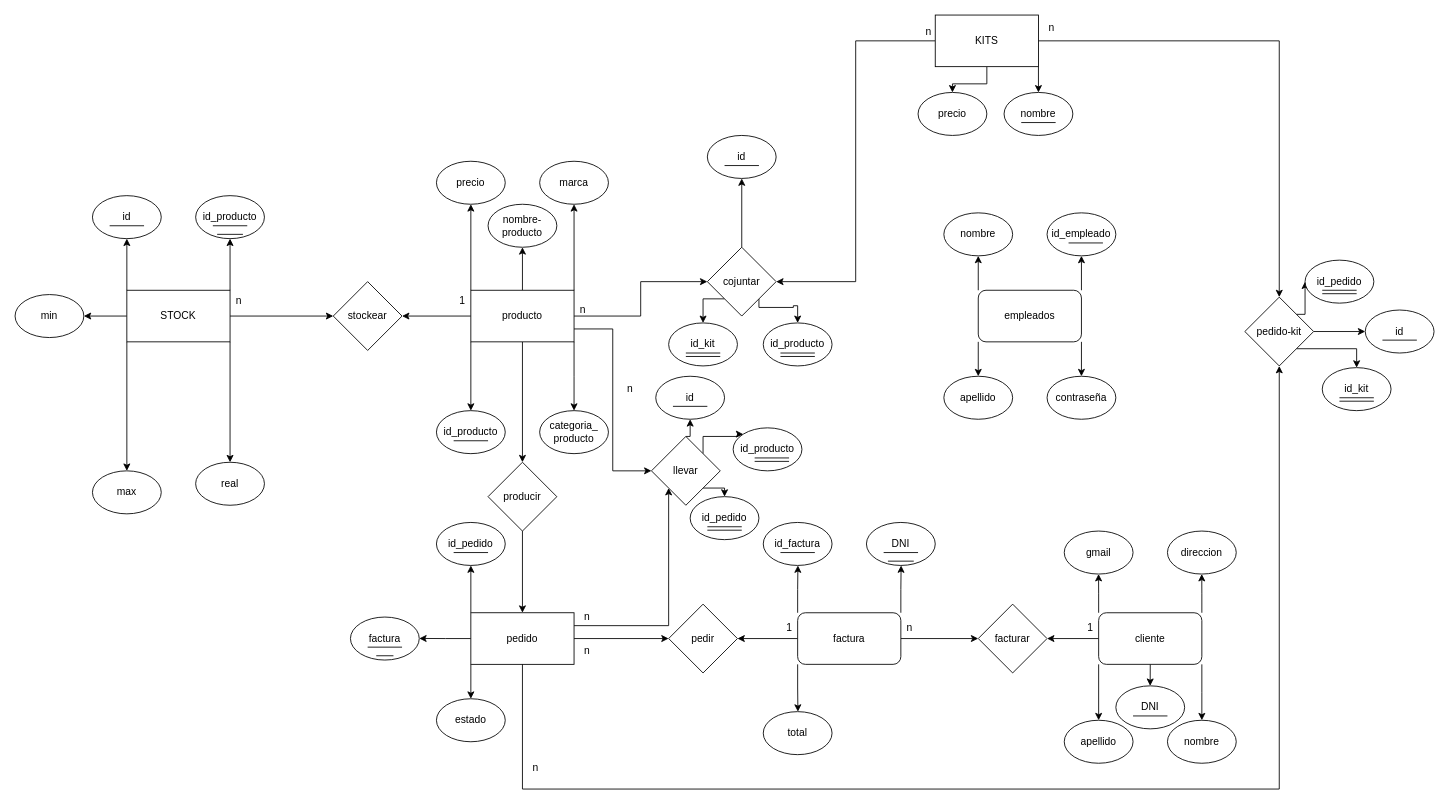
chispamaya/SoftLution-CO keeps this draw.io diagram as DER.drawio. Above is the earlier version. Source tidied: cells renumbered, new cells numbered last; positions are measured from the earlier drawing's top-left corner, leaving out a move shared by most shapes. Both pictures are drawn from the tidied source at 86%, with x=0, y=0 at pixel (15, 15).
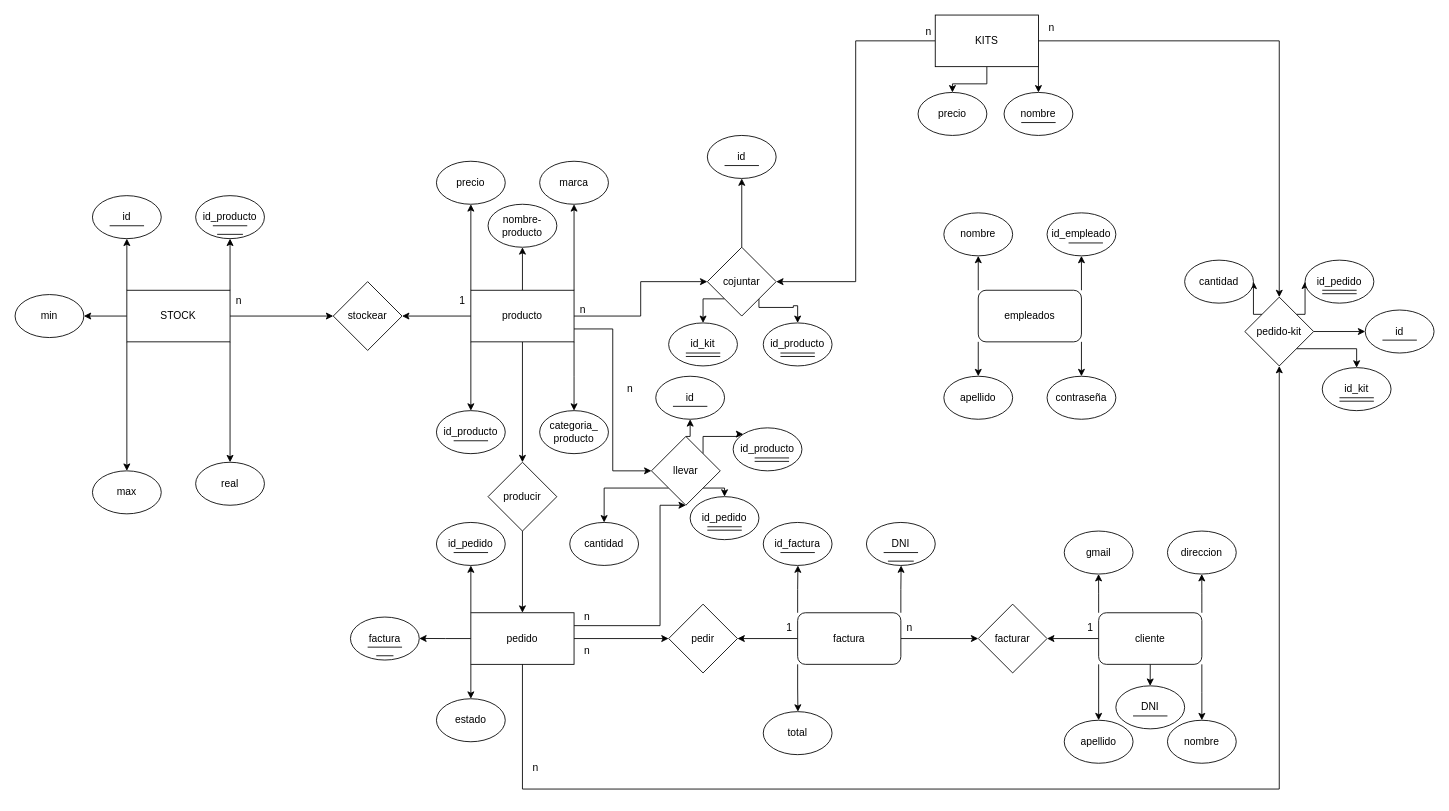
Above is the later version.

The change refers to these unchanged cells:
```xml
<mxCell id="49" value="pedido" style="rounded=0;whiteSpace=wrap;html=1;" parent="1" vertex="1">
  <mxGeometry x="530" y="695" width="120" height="60" as="geometry" />
</mxCell>
<mxCell id="116" value="llevar" style="rhombus;whiteSpace=wrap;html=1;" parent="1" vertex="1">
  <mxGeometry x="740" y="490" width="80" height="80" as="geometry" />
</mxCell>
<mxCell id="123" value="pedido-kit" style="rhombus;whiteSpace=wrap;html=1;" parent="1" vertex="1">
  <mxGeometry x="1430" y="328" width="80" height="80" as="geometry" />
</mxCell>
```

What changed in the source:
```diff
@@
-    <mxCell id="48" style="edgeStyle=orthogonalEdgeStyle;rounded=0;jettySize=auto;html=1;exitX=1;exitY=0.25;exitDx=0;exitDy=0;entryX=0;entryY=1;entryDx=0;entryDy=0;" parent="1" edge="1" source="49" target="116">
-      <mxGeometry relative="1" as="geometry" />
+    <mxCell id="48" style="edgeStyle=orthogonalEdgeStyle;rounded=0;jettySize=auto;html=1;exitX=1;exitY=0.25;exitDx=0;exitDy=0;entryX=0.5;entryY=1;entryDx=0;entryDy=0;" parent="1" edge="1" source="49" target="116">
+      <mxGeometry relative="1" as="geometry">
+        <Array as="points">
+          <mxPoint x="750" y="710" />
+          <mxPoint x="750" y="570" />
+        </Array>
+      </mxGeometry>
     </mxCell>
@@
+    <mxCell id="142" style="edgeStyle=orthogonalEdgeStyle;rounded=0;jettySize=auto;html=1;exitX=0;exitY=1;exitDx=0;exitDy=0;entryX=0.5;entryY=0;entryDx=0;entryDy=0;" parent="1" edge="1" source="116" target="145">
+      <mxGeometry relative="1" as="geometry" />
+    </mxCell>
@@
+    <mxCell id="143" style="edgeStyle=orthogonalEdgeStyle;rounded=0;jettySize=auto;html=1;exitX=0;exitY=0;exitDx=0;exitDy=0;entryX=1;entryY=0.5;entryDx=0;entryDy=0;" parent="1" edge="1" source="123" target="144">
+      <mxGeometry relative="1" as="geometry" />
+    </mxCell>
@@
+    <mxCell id="144" value="cantidad" style="ellipse;whiteSpace=wrap;html=1;" parent="1" vertex="1">
+      <mxGeometry x="1360" y="285" width="80" height="50" as="geometry" />
+    </mxCell>
+    <mxCell id="145" value="cantidad" style="ellipse;whiteSpace=wrap;html=1;" parent="1" vertex="1">
+      <mxGeometry x="645" y="590" width="80" height="50" as="geometry" />
+    </mxCell>
```
